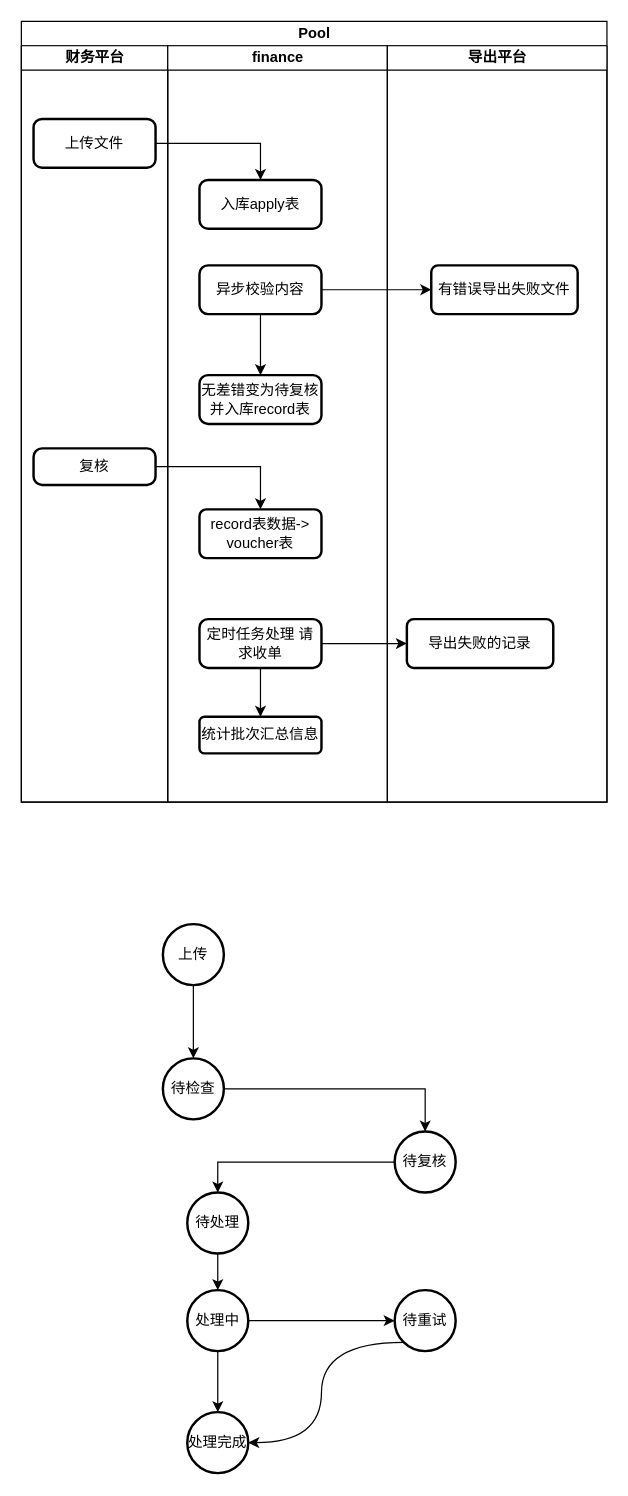
wangkeshan9538/diagram.io keeps this draw.io diagram as 批量转账流程.drawio. Above is the earlier version. Source tidied: cells renumbered, new cells numbered last; positions are measured from the earlier drawing's top-left corner, leaving out a move shared by most shapes. Both pictures are drawn from the tidied source at 122%, with x=0, y=0 at pixel (21, 21).
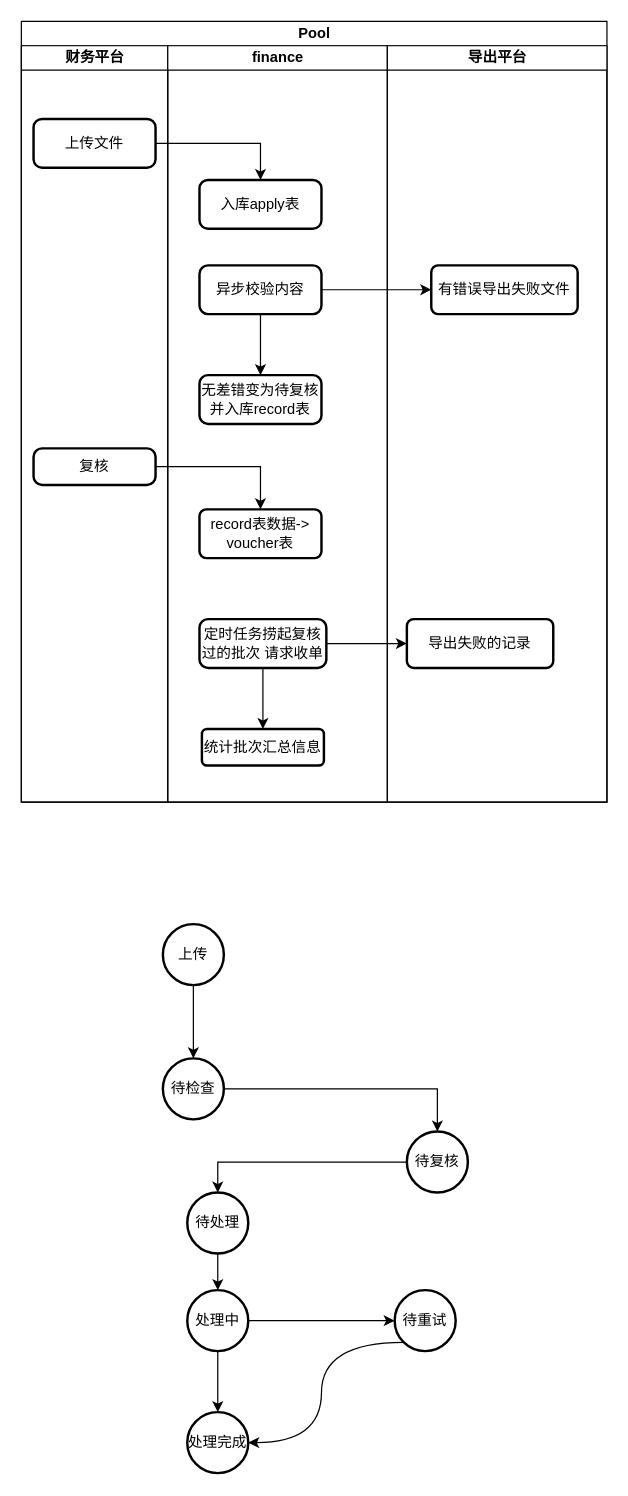
The same diagram, later.

Commit message:
更新批量转账流程.drawio

The change refers to these unchanged cells:
```xml
<mxCell id="6" value="finance" style="swimlane;html=1;startSize=20;" parent="2" vertex="1">
  <mxGeometry x="120" y="20" width="180" height="620" as="geometry" />
</mxCell>
```

The edit, as a diff of the source:
```diff
@@
-    <mxCell id="8" value="定时任务处理 请求收单" style="rounded=1;whiteSpace=wrap;html=1;absoluteArcSize=1;arcSize=14;strokeWidth=2;" parent="6" vertex="1">
-      <mxGeometry x="26" y="470" width="100" height="40" as="geometry" />
+    <mxCell id="8" value="定时任务捞起复核过的批次 请求收单" style="rounded=1;whiteSpace=wrap;html=1;absoluteArcSize=1;arcSize=14;strokeWidth=2;" parent="6" vertex="1">
+      <mxGeometry x="26" y="470" width="104" height="40" as="geometry" />
     </mxCell>
@@
     <mxCell id="14" value="统计批次汇总信息" style="whiteSpace=wrap;html=1;rounded=1;strokeWidth=2;arcSize=14;" parent="6" vertex="1">
-      <mxGeometry x="26" y="550" width="100" height="30" as="geometry" />
+      <mxGeometry x="28" y="560" width="100" height="30" as="geometry" />
     </mxCell>
@@
     <mxCell id="25" value="待复核" style="strokeWidth=2;html=1;shape=mxgraph.flowchart.start_2;whiteSpace=wrap;" parent="1" vertex="1">
-      <mxGeometry x="306" y="910" width="50" height="50" as="geometry" />
+      <mxGeometry x="316" y="910" width="50" height="50" as="geometry" />
     </mxCell>
```
